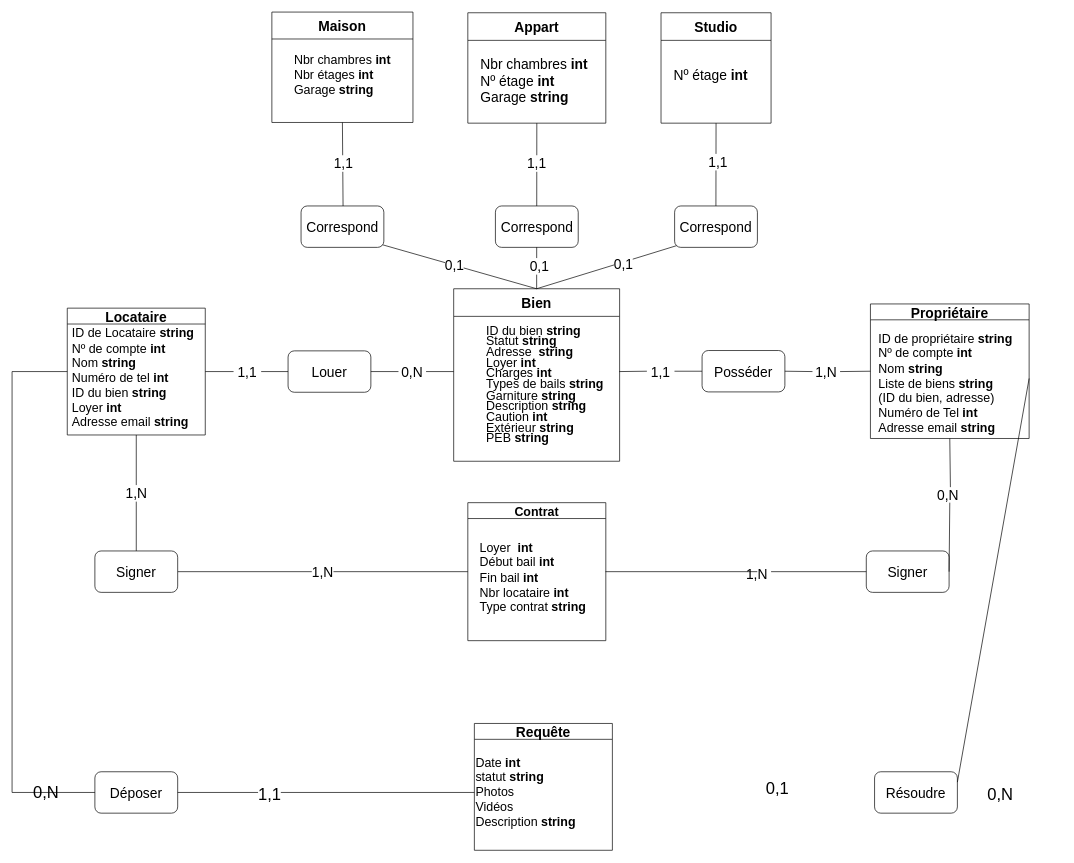
The draw.io diagram page "Schéma intermédiaire" (2 of 20) of Ko-loc (1).drawio in Julienthum/Co-Lock, before the edit. Source tidied: cells renumbered, new cells numbered last; positions are measured from the earlier drawing's top-left corner, leaving out a move shared by most shapes. Both pictures are drawn from the tidied source at 69%, with x=0, y=0 at pixel (12, 12).
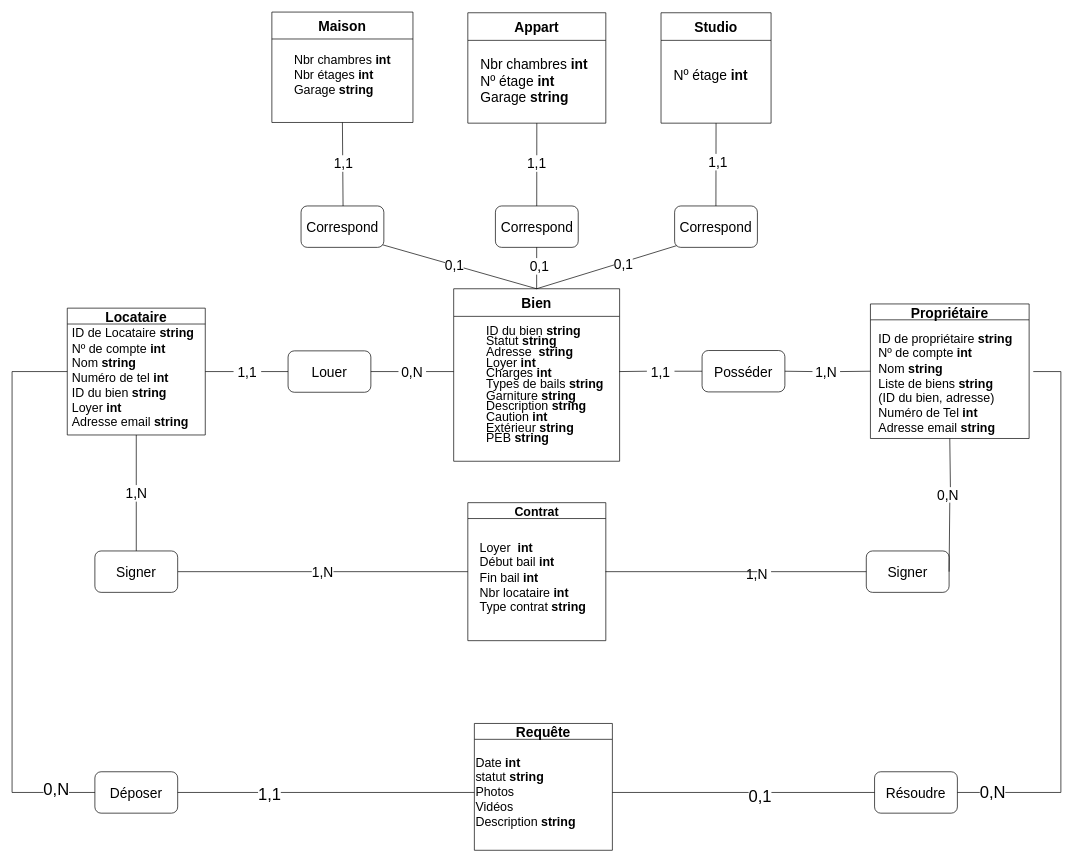
Above is the later version.

Unchanged cells that the change refers to:
```xml
<mxCell id="2" value="Locataire" style="swimlane;fontSize=20;" parent="1" vertex="1">
  <mxGeometry x="80" y="429.1" width="200" height="183.8" as="geometry" />
</mxCell>
<mxCell id="41" value="&lt;p class=&quot;MsoListParagraphCxSpFirst&quot; style=&quot;margin: 0cm 0cm 0cm 36pt ; line-height: 15.6933px ; font-size: 11pt ; font-family: &amp;#34;calibri&amp;#34; , sans-serif ; text-indent: -18pt&quot;&gt;&lt;/p&gt;&lt;p class=&quot;MsoListParagraphCxSpFirst&quot; style=&quot;margin: 0cm 0cm 0cm 36pt ; line-height: 15.6933px ; font-size: 11pt ; font-family: &amp;#34;calibri&amp;#34; , sans-serif ; text-indent: -18pt ; display: inline&quot;&gt;&lt;/p&gt;&lt;div style=&quot;font-size: 18px&quot;&gt;&lt;span style=&quot;text-indent: -18pt&quot;&gt;&lt;font style=&quot;font-size: 18px&quot;&gt;ID de propriétaire &lt;b&gt;string&lt;/b&gt;&lt;/font&gt;&lt;/span&gt;&lt;/div&gt;&lt;div style=&quot;font-size: 18px&quot;&gt;Nº de compte &lt;b&gt;int&lt;/b&gt;&lt;/div&gt;&lt;div style=&quot;font-size: 18px&quot;&gt;&lt;span style=&quot;font-family: &amp;#34;calibri&amp;#34; , sans-serif ; text-indent: -18pt&quot;&gt;Nom &lt;b&gt;string&amp;nbsp;&lt;/b&gt;&lt;/span&gt;&lt;/div&gt;&lt;div style=&quot;font-size: 18px&quot;&gt;&lt;span style=&quot;font-family: &amp;#34;calibri&amp;#34; , sans-serif ; text-indent: -18pt&quot;&gt;Liste de biens &lt;b&gt;string&lt;/b&gt;&lt;/span&gt;&lt;/div&gt;&lt;div style=&quot;font-size: 18px&quot;&gt;&lt;span style=&quot;font-family: &amp;#34;calibri&amp;#34; , sans-serif ; text-indent: -18pt&quot;&gt;(ID du bien, adresse)&lt;/span&gt;&lt;/div&gt;&lt;div style=&quot;font-size: 18px&quot;&gt;&lt;span style=&quot;font-family: &amp;#34;calibri&amp;#34; , sans-serif ; text-indent: -18pt&quot;&gt;Numéro de Tel &lt;b&gt;int&lt;/b&gt;&lt;/span&gt;&lt;/div&gt;&lt;div style=&quot;font-size: 18px&quot;&gt;&lt;span style=&quot;font-family: &amp;#34;calibri&amp;#34; , sans-serif ; text-indent: -24px&quot;&gt;Adresse email&amp;nbsp;&lt;/span&gt;&lt;b style=&quot;font-family: &amp;#34;calibri&amp;#34; , sans-serif ; text-indent: -24px&quot;&gt;string&lt;/b&gt;&lt;span style=&quot;font-family: &amp;#34;calibri&amp;#34; , sans-serif ; text-indent: -18pt&quot;&gt;&lt;b&gt;&lt;br&gt;&lt;/b&gt;&lt;/span&gt;&lt;/div&gt;" style="text;html=1;strokeColor=none;fillColor=none;align=left;verticalAlign=middle;whiteSpace=wrap;rounded=0;" parent="1" vertex="1">
  <mxGeometry x="1254" y="466" width="220" height="130" as="geometry" />
</mxCell>
<mxCell id="60" value="Déposer" style="rounded=1;whiteSpace=wrap;html=1;fontSize=20;" parent="1" vertex="1">
  <mxGeometry x="120" y="1101" width="120" height="60" as="geometry" />
</mxCell>
<mxCell id="63" value="Résoudre" style="rounded=1;whiteSpace=wrap;html=1;fontSize=20;" parent="1" vertex="1">
  <mxGeometry x="1250" y="1101" width="120" height="60" as="geometry" />
</mxCell>
```

Change to the diagram source:
```diff
@@
-    <mxCell id="57" value="0,N" style="edgeLabel;html=1;align=center;verticalAlign=middle;fontSize=24;" parent="1" vertex="1">
-      <mxGeometry x="48.5" y="1130" as="geometry" />
-    </mxCell>
-    <mxCell id="58" value="0,N" style="edgeLabel;html=1;align=center;verticalAlign=middle;fontSize=24;" parent="1" vertex="1">
-      <mxGeometry x="1431" y="1133" as="geometry" />
-    </mxCell>
-    <mxCell id="59" value="0,1" style="edgeLabel;html=1;align=center;verticalAlign=middle;fontSize=24;" parent="1" vertex="1">
-      <mxGeometry x="1108.5" y="1125" as="geometry" />
-    </mxCell>
@@
     <mxCell id="64" style="endArrow=none;html=1;rounded=0;fontSize=24;exitX=0;exitY=0.5;exitDx=0;exitDy=0;entryX=0;entryY=0.5;entryDx=0;entryDy=0;" parent="1" edge="1" source="60" target="2">
       <mxGeometry relative="1" as="geometry">
         <Array as="points">
+          <mxPoint x="50" y="1131" />
           <mxPoint y="1131" />
           <mxPoint y="521" />
         </Array>
       </mxGeometry>
     </mxCell>
+    <mxCell id="66" value="0,N" style="edgeLabel;html=1;align=center;verticalAlign=middle;fontSize=24;" parent="64" vertex="1">
+      <mxGeometry x="-0.86" y="-5" relative="1" as="geometry" />
+    </mxCell>
-    <mxCell id="65" style="endArrow=none;html=1;rounded=0;fontSize=24;entryX=1;entryY=0.5;entryDx=0;entryDy=0;exitX=1;exitY=0.25;exitDx=0;exitDy=0;" parent="1" edge="1" source="63" target="41">
-      <mxGeometry relative="1" as="geometry" />
+    <mxCell id="65" style="endArrow=none;html=1;rounded=0;fontSize=24;exitX=1;exitY=0.5;exitDx=0;exitDy=0;" parent="1" edge="1" source="63">
+      <mxGeometry relative="1" as="geometry">
+        <mxPoint x="1480" y="521" as="targetPoint" />
+        <Array as="points">
+          <mxPoint x="1520" y="1131" />
+          <mxPoint x="1520" y="521" />
+        </Array>
+      </mxGeometry>
     </mxCell>
+    <mxCell id="67" value="0,N" style="edgeLabel;html=1;align=center;verticalAlign=middle;fontSize=24;" parent="65" vertex="1">
+      <mxGeometry x="-0.89" y="6" relative="1" as="geometry">
+        <mxPoint x="6" y="5" as="offset" />
+      </mxGeometry>
+    </mxCell>
+    <mxCell id="68" style="endArrow=none;html=1;rounded=0;fontSize=24;entryX=0;entryY=0.5;entryDx=0;entryDy=0;" parent="1" edge="1" target="63">
+      <mxGeometry relative="1" as="geometry">
+        <mxPoint x="870" y="1131" as="sourcePoint" />
+      </mxGeometry>
+    </mxCell>
+    <mxCell id="59" value="0,1" style="edgeLabel;html=1;align=center;verticalAlign=middle;fontSize=24;" parent="68" vertex="1">
+      <mxGeometry x="0.12" y="-6" relative="1" as="geometry" />
+    </mxCell>
```
